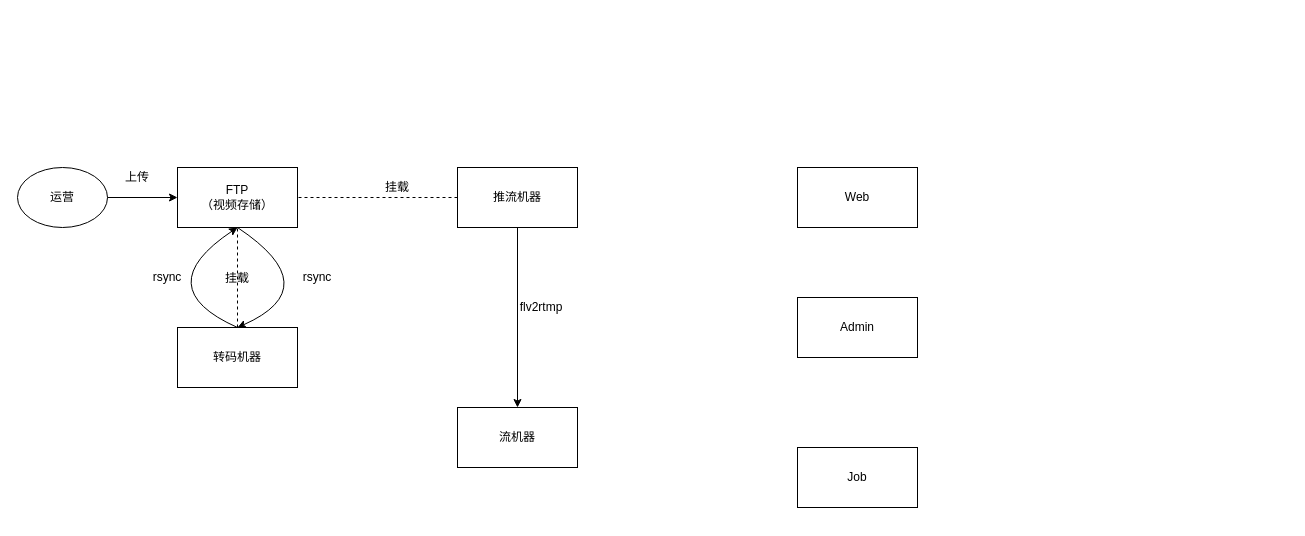
Above: seeTogether.drawio in JianHao-Chen/UML (draw.io), before the change. Source tidied: cells renumbered, new cells numbered last; positions are measured from the earlier drawing's top-left corner, leaving out a move shared by most shapes. Both pictures are drawn from the tidied source at 100%, with x=0, y=0 at pixel (17, 167).
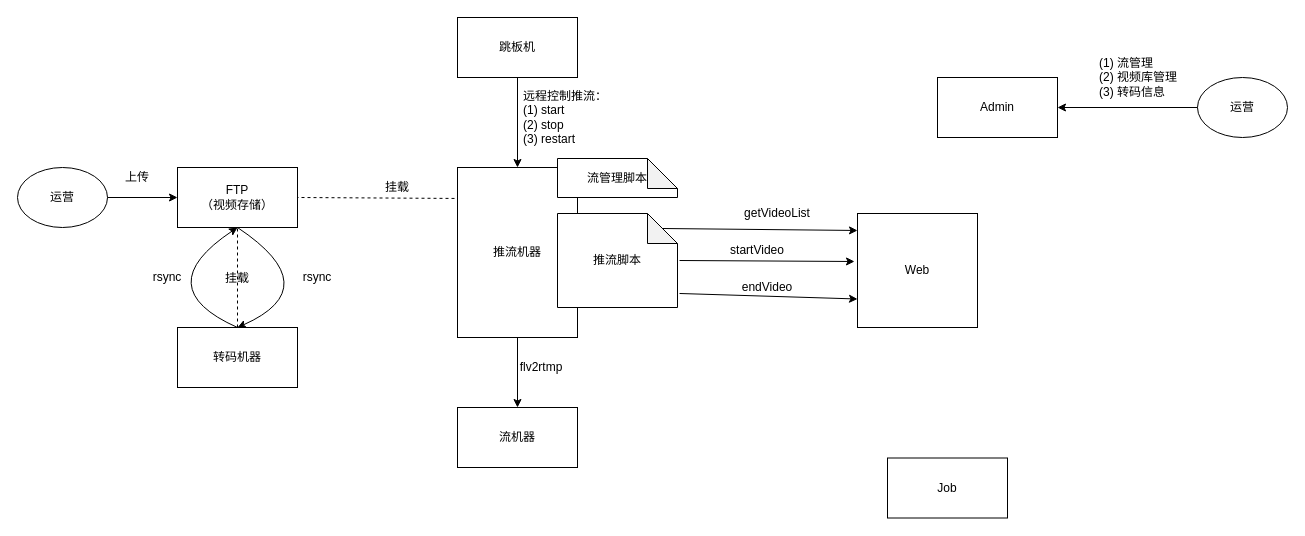
The same diagram, later.

Unchanged cells that the change refers to:
```xml
<mxCell id="3" value="FTP&lt;br&gt;（视频存储）" style="rounded=0;whiteSpace=wrap;html=1;" parent="1" vertex="1">
  <mxGeometry x="160" width="120" height="60" as="geometry" />
</mxCell>
```

What changed in the source:
```diff
@@
     <mxCell id="13" value="推流机器" style="rounded=0;whiteSpace=wrap;html=1;" parent="1" vertex="1">
-      <mxGeometry x="440" width="120" height="60" as="geometry" />
+      <mxGeometry x="440" width="120" height="170" as="geometry" />
     </mxCell>
@@
-    <mxCell id="16" style="endArrow=none;dashed=1;html=1;entryX=1;entryY=0.5;entryDx=0;entryDy=0;exitX=0;exitY=0.5;exitDx=0;exitDy=0;" parent="1" edge="1" source="13" target="3">
+    <mxCell id="16" style="endArrow=none;dashed=1;html=1;entryX=1;entryY=0.5;entryDx=0;entryDy=0;exitX=-0.025;exitY=0.182;exitDx=0;exitDy=0;exitPerimeter=0;" parent="1" edge="1" source="13" target="3">
       <mxGeometry relative="1" as="geometry" />
     </mxCell>
     <mxCell id="17" value="Web" style="rounded=0;whiteSpace=wrap;html=1;" parent="1" vertex="1">
-      <mxGeometry x="780" width="120" height="60" as="geometry" />
+      <mxGeometry x="840" y="46" width="120" height="114" as="geometry" />
     </mxCell>
     <mxCell id="18" value="Admin" style="rounded=0;whiteSpace=wrap;html=1;" parent="1" vertex="1">
-      <mxGeometry x="780" y="130" width="120" height="60" as="geometry" />
+      <mxGeometry x="920" y="-90" width="120" height="60" as="geometry" />
     </mxCell>
     <mxCell id="19" value="Job" style="rounded=0;whiteSpace=wrap;html=1;" parent="1" vertex="1">
-      <mxGeometry x="780" y="280" width="120" height="60" as="geometry" />
+      <mxGeometry x="870" y="290.5" width="120" height="60" as="geometry" />
     </mxCell>
@@
     <mxCell id="21" value="flv2rtmp" style="text;html=1;strokeColor=none;fillColor=none;align=center;verticalAlign=middle;whiteSpace=wrap;rounded=0;" parent="1" vertex="1">
-      <mxGeometry x="504" y="130" width="40" height="20" as="geometry" />
+      <mxGeometry x="504" y="190" width="40" height="20" as="geometry" />
     </mxCell>
+    <mxCell id="22" value="跳板机" style="rounded=0;whiteSpace=wrap;html=1;" parent="1" vertex="1">
+      <mxGeometry x="440" y="-150" width="120" height="60" as="geometry" />
+    </mxCell>
+    <mxCell id="23" style="endArrow=classic;html=1;exitX=0.5;exitY=1;exitDx=0;exitDy=0;entryX=0.5;entryY=0;entryDx=0;entryDy=0;" parent="1" edge="1" source="22" target="13">
+      <mxGeometry relative="1" as="geometry" />
+    </mxCell>
+    <mxCell id="24" value="远程控制推流：&lt;br&gt;(1) start&lt;br&gt;(2) stop&lt;br&gt;(3) restart" style="text;html=1;strokeColor=none;fillColor=none;align=left;verticalAlign=middle;whiteSpace=wrap;rounded=0;" parent="1" vertex="1">
+      <mxGeometry x="504" y="-60" width="106" height="20" as="geometry" />
+    </mxCell>
+    <mxCell id="25" value="推流脚本" style="shape=note;whiteSpace=wrap;html=1;backgroundOutline=1;darkOpacity=0.05;" parent="1" vertex="1">
+      <mxGeometry x="540" y="46" width="120" height="94" as="geometry" />
+    </mxCell>
+    <mxCell id="26" value="流管理脚本" style="shape=note;whiteSpace=wrap;html=1;backgroundOutline=1;darkOpacity=0.05;" parent="1" vertex="1">
+      <mxGeometry x="540" y="-9" width="120" height="39" as="geometry" />
+    </mxCell>
+    <mxCell id="27" style="endArrow=classic;html=1;exitX=0;exitY=0;exitDx=105;exitDy=15;exitPerimeter=0;entryX=0;entryY=0.149;entryDx=0;entryDy=0;entryPerimeter=0;" parent="1" edge="1" source="25" target="17">
+      <mxGeometry relative="1" as="geometry" />
+    </mxCell>
+    <mxCell id="28" value="getVideoList" style="text;html=1;strokeColor=none;fillColor=none;align=center;verticalAlign=middle;whiteSpace=wrap;rounded=0;" parent="1" vertex="1">
+      <mxGeometry x="740" y="36" width="40" height="20" as="geometry" />
+    </mxCell>
+    <mxCell id="29" style="endArrow=classic;html=1;exitX=1.017;exitY=0.5;exitDx=0;exitDy=0;exitPerimeter=0;" parent="1" edge="1" source="25">
+      <mxGeometry relative="1" as="geometry">
+        <mxPoint x="837" y="94" as="targetPoint" />
+      </mxGeometry>
+    </mxCell>
+    <mxCell id="30" value="startVideo" style="text;html=1;strokeColor=none;fillColor=none;align=center;verticalAlign=middle;whiteSpace=wrap;rounded=0;" parent="1" vertex="1">
+      <mxGeometry x="720" y="73" width="40" height="20" as="geometry" />
+    </mxCell>
+    <mxCell id="31" style="endArrow=classic;html=1;exitX=1.017;exitY=0.851;exitDx=0;exitDy=0;exitPerimeter=0;entryX=0;entryY=0.75;entryDx=0;entryDy=0;" parent="1" edge="1" source="25" target="17">
+      <mxGeometry relative="1" as="geometry" />
+    </mxCell>
+    <mxCell id="32" value="endVideo" style="text;html=1;strokeColor=none;fillColor=none;align=center;verticalAlign=middle;whiteSpace=wrap;rounded=0;" parent="1" vertex="1">
+      <mxGeometry x="730" y="110" width="40" height="20" as="geometry" />
+    </mxCell>
+    <mxCell id="33" value="运营" style="ellipse;whiteSpace=wrap;html=1;" parent="1" vertex="1">
+      <mxGeometry x="1180" y="-90" width="90" height="60" as="geometry" />
+    </mxCell>
+    <mxCell id="34" style="endArrow=classic;html=1;exitX=0;exitY=0.5;exitDx=0;exitDy=0;entryX=1;entryY=0.5;entryDx=0;entryDy=0;" parent="1" edge="1" source="33" target="18">
+      <mxGeometry relative="1" as="geometry" />
+    </mxCell>
+    <mxCell id="35" value="(1) 流管理&lt;br&gt;(2) 视频库管理&lt;br&gt;(3) 转码信息" style="text;html=1;strokeColor=none;fillColor=none;align=left;verticalAlign=middle;whiteSpace=wrap;rounded=0;" parent="1" vertex="1">
+      <mxGeometry x="1080" y="-100" width="90" height="20" as="geometry" />
+    </mxCell>
```
